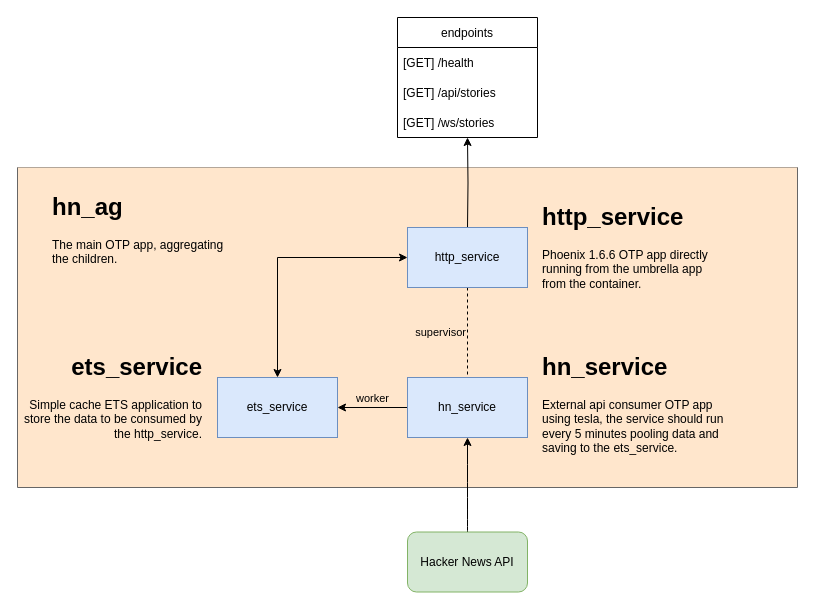
This is app_diagram.drawio from er-jpg/hn-ag, a draw.io file, before an edit. Source tidied: cells renumbered, new cells numbered last; positions are measured from the earlier drawing's top-left corner, leaving out a move shared by most shapes. Both pictures are drawn from the tidied source at 100%, with x=0, y=0 at pixel (17, 17).
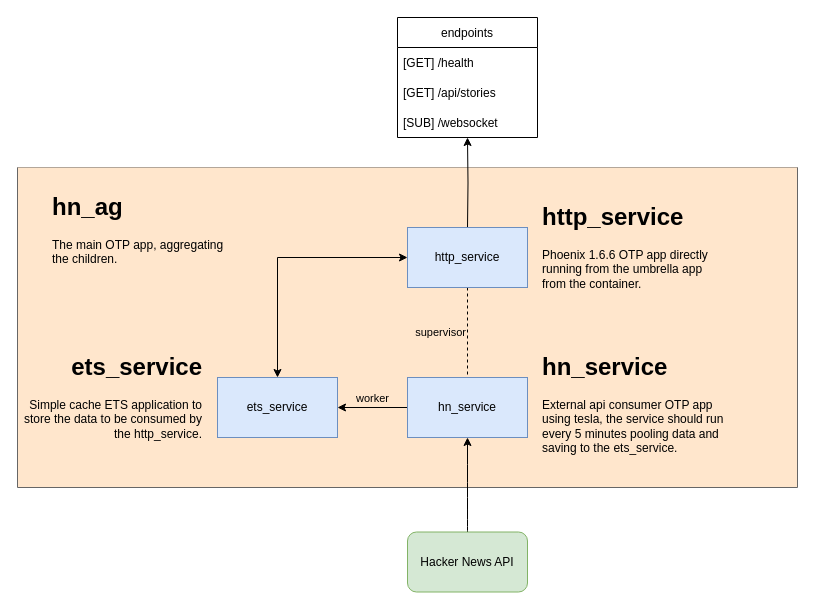
The same page after the edit.

Commit message (it also covers changes not shown here):
chore: README.md documentation with websocket example

The change refers to these unchanged cells:
```xml
<mxCell id="16" value="endpoints" style="swimlane;fontStyle=0;horizontal=1;startSize=30;fillColor=default;gradientColor=none;" parent="1" vertex="1">
  <mxGeometry x="380" width="140" height="120" as="geometry" />
</mxCell>
```

Diff of the diagram source:
```diff
@@
-    <mxCell id="19" value="[GET] /ws/stories" style="text;strokeColor=none;fillColor=none;align=left;verticalAlign=middle;spacingLeft=4;spacingRight=4;overflow=hidden;" parent="16" vertex="1">
+    <mxCell id="19" value="[SUB] /websocket" style="text;strokeColor=none;fillColor=none;align=left;verticalAlign=middle;spacingLeft=4;spacingRight=4;overflow=hidden;" parent="16" vertex="1">
       <mxGeometry y="90" width="140" height="30" as="geometry" />
     </mxCell>
```
